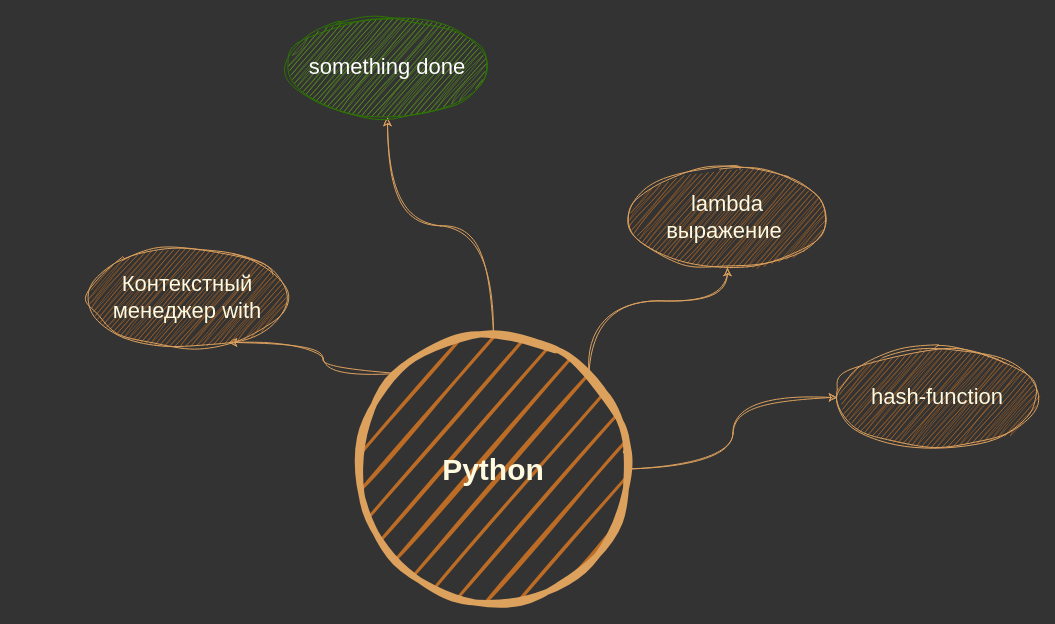
Earlier version of the draw.io diagram Untitled Diagram.drawio (zhivvv/study). Source tidied: cells renumbered, new cells numbered last; positions are measured from the earlier drawing's top-left corner, leaving out a move shared by most shapes. Both pictures are drawn from the tidied source at 100%, with x=0, y=0 at pixel (87, 17).
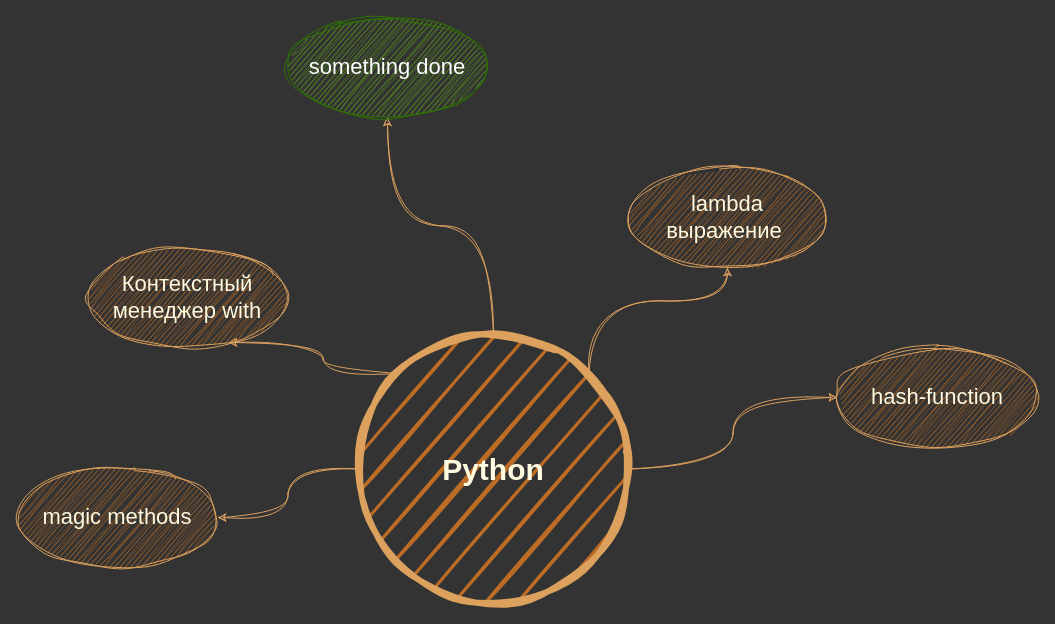
Above is the later version.

Commit message:
magic methods

Diff of the diagram source:
```diff
@@
 <mxGraphModel background="#333333">
   <root>
     <mxCell id="0" />
     <mxCell id="1" parent="0" />
     <mxCell id="2" style="edgeStyle=orthogonalEdgeStyle;curved=1;jettySize=auto;html=1;exitX=0;exitY=0;exitDx=0;exitDy=0;entryX=0.705;entryY=0.95;entryDx=0;entryDy=0;entryPerimeter=0;fontSize=15;noJump=0;orthogonal=0;enumerate=0;comic=0;sketch=1;curveFitting=1;jiggle=2;labelBackgroundColor=none;strokeColor=#DDA15E;fontColor=default;rounded=1;" parent="1" edge="1" source="6" target="7">
       <mxGeometry relative="1" as="geometry" />
     </mxCell>
     <mxCell id="3" style="edgeStyle=orthogonalEdgeStyle;hachureGap=4;jettySize=auto;html=1;exitX=1;exitY=0;exitDx=0;exitDy=0;entryX=0.5;entryY=1;entryDx=0;entryDy=0;fontFamily=Helvetica;fontSize=15;labelBackgroundColor=none;strokeColor=#DDA15E;comic=0;sketch=1;curveFitting=1;jiggle=2;jumpStyle=none;curved=1;" parent="1" edge="1" source="6" target="8">
       <mxGeometry relative="1" as="geometry" />
     </mxCell>
     <mxCell id="4" style="edgeStyle=orthogonalEdgeStyle;sketch=1;hachureGap=4;jiggle=2;curveFitting=1;jettySize=auto;html=1;entryX=0.5;entryY=1;entryDx=0;entryDy=0;fontFamily=Helvetica;fontSize=15;labelBackgroundColor=none;strokeColor=#DDA15E;comic=0;curved=1;" parent="1" edge="1" source="6" target="10">
       <mxGeometry relative="1" as="geometry" />
     </mxCell>
     <mxCell id="5" style="edgeStyle=orthogonalEdgeStyle;curved=1;sketch=1;hachureGap=4;jiggle=2;curveFitting=1;jettySize=auto;html=1;entryX=0;entryY=0.5;entryDx=0;entryDy=0;fontFamily=Helvetica;fontSize=15;labelBackgroundColor=none;strokeColor=#DDA15E;comic=0;" parent="1" edge="1" source="6" target="9">
       <mxGeometry relative="1" as="geometry" />
     </mxCell>
+    <mxCell id="11" style="edgeStyle=orthogonalEdgeStyle;sketch=1;hachureGap=4;jiggle=2;curveFitting=1;jettySize=auto;html=1;fontFamily=Helvetica;fontSize=15;labelBackgroundColor=none;strokeColor=#DDA15E;comic=0;curved=1;" parent="1" edge="1" source="6" target="12">
+      <mxGeometry relative="1" as="geometry" />
+    </mxCell>
     <mxCell id="6" value="Python" style="ellipse;whiteSpace=wrap;html=1;shadow=0;fontFamily=Helvetica;fontSize=30;fontColor=#FEFAE0;align=center;strokeColor=#DDA15E;strokeWidth=6;fillColor=#BC6C25;fontStyle=1;sketch=1;curveFitting=1;jiggle=2;labelBackgroundColor=none;rounded=1;" parent="1" vertex="1">
       <mxGeometry x="271" y="316.5" width="270" height="270" as="geometry" />
     </mxCell>
     <mxCell id="7" value="&lt;font style=&quot;font-size: 22px;&quot;&gt;Контекстный менеджер with&lt;/font&gt;" style="ellipse;whiteSpace=wrap;html=1;sketch=1;curveFitting=1;jiggle=2;fillColor=#BC6C25;strokeColor=#DDA15E;fontColor=#FEFAE0;labelBackgroundColor=none;rounded=1;" parent="1" vertex="1">
       <mxGeometry y="230" width="200" height="100" as="geometry" />
     </mxCell>
     <mxCell id="8" value="&lt;font style=&quot;font-size: 22px;&quot;&gt;lambda выражение&amp;nbsp;&lt;/font&gt;" style="ellipse;whiteSpace=wrap;html=1;sketch=1;curveFitting=1;jiggle=2;fillColor=#BC6C25;strokeColor=#DDA15E;fontColor=#FEFAE0;labelBackgroundColor=none;rounded=1;" parent="1" vertex="1">
       <mxGeometry x="540" y="150" width="200" height="100" as="geometry" />
     </mxCell>
     <mxCell id="9" value="&lt;font style=&quot;font-size: 22px;&quot;&gt;hash-function&lt;/font&gt;" style="ellipse;whiteSpace=wrap;html=1;sketch=1;curveFitting=1;jiggle=2;fillColor=#BC6C25;strokeColor=#DDA15E;fontColor=#FEFAE0;labelBackgroundColor=none;rounded=1;" parent="1" vertex="1">
       <mxGeometry x="750" y="330" width="200" height="100" as="geometry" />
     </mxCell>
     <mxCell id="10" value="&lt;font style=&quot;font-size: 22px;&quot;&gt;something done&lt;/font&gt;" style="ellipse;whiteSpace=wrap;html=1;sketch=1;curveFitting=1;jiggle=2;fillColor=#60a917;strokeColor=#2D7600;fontColor=#ffffff;labelBackgroundColor=none;rounded=1;" parent="1" vertex="1">
       <mxGeometry x="200" width="200" height="100" as="geometry" />
     </mxCell>
+    <mxCell id="12" value="&lt;font style=&quot;font-size: 22px;&quot;&gt;magic methods&lt;/font&gt;" style="ellipse;whiteSpace=wrap;html=1;sketch=1;curveFitting=1;jiggle=2;fillColor=#BC6C25;strokeColor=#DDA15E;fontColor=#FEFAE0;labelBackgroundColor=none;rounded=1;" parent="1" vertex="1">
+      <mxGeometry x="-70" y="450" width="200" height="100" as="geometry" />
+    </mxCell>
   </root>
 </mxGraphModel>
```
